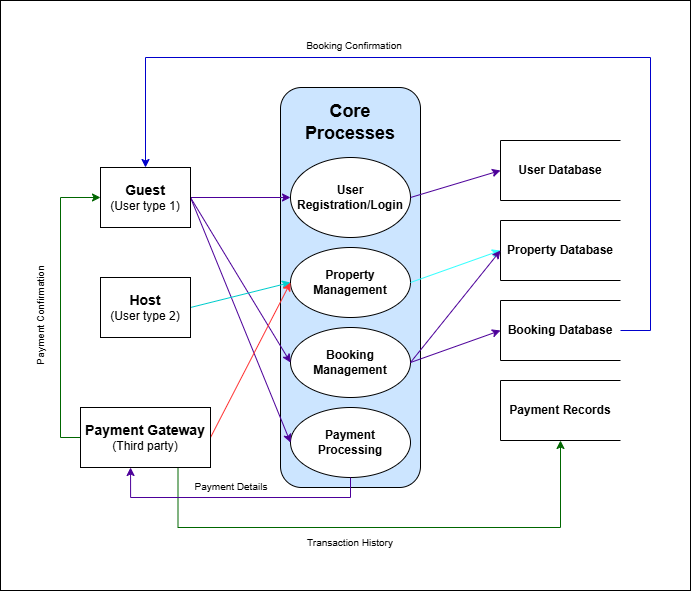
Before: data-flow-diagram/Data Flow Diagram (DFD).png, a diagram exported from draw.io (jubriltayo/alx-airbnb-project-documentation). Source tidied: cells renumbered, new cells last; positions are measured from the earlier drawing's top-left corner, leaving out a move shared by most shapes. Source of this version:
```xml
<mxGraphModel>
  <root>
    <mxCell id="0" />
    <mxCell id="1" parent="0" />
    <mxCell id="2" style="rounded=0;whiteSpace=wrap;html=1;" parent="1" vertex="1">
      <mxGeometry x="30" width="690" height="590" as="geometry" />
    </mxCell>
    <mxCell id="3" style="group;" parent="1" vertex="1">
      <mxGeometry x="310" y="87" width="140" height="400" as="geometry" />
    </mxCell>
    <mxCell id="4" style="rounded=1;whiteSpace=wrap;html=1;fillColor=#CCE5FF;" parent="3" vertex="1">
      <mxGeometry width="140" height="400" as="geometry" />
    </mxCell>
    <mxCell id="5" value="&lt;b&gt;User Registration/Login&lt;/b&gt;" style="ellipse;whiteSpace=wrap;html=1;" parent="3" vertex="1">
      <mxGeometry x="10" y="70" width="120" height="80" as="geometry" />
    </mxCell>
    <mxCell id="6" value="&lt;b&gt;Property Management&lt;/b&gt;" style="ellipse;whiteSpace=wrap;html=1;" parent="3" vertex="1">
      <mxGeometry x="10" y="160" width="120" height="70" as="geometry" />
    </mxCell>
    <mxCell id="7" value="&lt;b&gt;Booking Management&lt;/b&gt;" style="ellipse;whiteSpace=wrap;html=1;" parent="3" vertex="1">
      <mxGeometry x="10" y="240" width="120" height="70" as="geometry" />
    </mxCell>
    <mxCell id="8" value="&lt;b&gt;Payment Processing&lt;/b&gt;" style="ellipse;whiteSpace=wrap;html=1;" parent="3" vertex="1">
      <mxGeometry x="10" y="320" width="120" height="70" as="geometry" />
    </mxCell>
    <mxCell id="9" value="&lt;b&gt;&lt;font style=&quot;font-size: 18px;&quot;&gt;Core Processes&lt;/font&gt;&lt;/b&gt;" style="text;html=1;align=center;verticalAlign=middle;whiteSpace=wrap;rounded=0;" parent="3" vertex="1">
      <mxGeometry x="20" y="20" width="100" height="30" as="geometry" />
    </mxCell>
    <mxCell id="10" value="&lt;b&gt;&lt;font style=&quot;font-size: 14px;&quot;&gt;Guest&lt;/font&gt;&lt;/b&gt;&lt;div&gt;(User type 1)&lt;/div&gt;" style="rounded=0;whiteSpace=wrap;html=1;" parent="1" vertex="1">
      <mxGeometry x="130" y="167" width="90" height="60" as="geometry" />
    </mxCell>
    <mxCell id="11" style="rounded=0;jettySize=auto;html=1;exitX=1;exitY=0.5;exitDx=0;exitDy=0;strokeColor=#4C0099;" parent="1" edge="1" source="14" target="5">
      <mxGeometry relative="1" as="geometry" />
    </mxCell>
    <mxCell id="12" style="rounded=0;jettySize=auto;html=1;exitX=1;exitY=0.5;exitDx=0;exitDy=0;entryX=0;entryY=0.5;entryDx=0;entryDy=0;strokeColor=#4C0099;" parent="1" edge="1" source="14" target="7">
      <mxGeometry relative="1" as="geometry" />
    </mxCell>
    <mxCell id="13" style="rounded=0;jettySize=auto;html=1;exitX=1;exitY=0.5;exitDx=0;exitDy=0;entryX=0;entryY=0.5;entryDx=0;entryDy=0;strokeColor=#4C0099;" parent="1" edge="1" source="14" target="8">
      <mxGeometry relative="1" as="geometry" />
    </mxCell>
    <mxCell id="14" value="&lt;b&gt;&lt;font style=&quot;font-size: 14px;&quot;&gt;Guest&lt;/font&gt;&lt;/b&gt;&lt;div&gt;(User type 1)&lt;/div&gt;" style="rounded=0;whiteSpace=wrap;html=1;" parent="1" vertex="1">
      <mxGeometry x="130" y="167" width="90" height="60" as="geometry" />
    </mxCell>
    <mxCell id="15" style="rounded=0;jettySize=auto;html=1;exitX=1;exitY=0.5;exitDx=0;exitDy=0;entryX=0;entryY=0.5;entryDx=0;entryDy=0;strokeColor=#00CCCC;" parent="1" edge="1" source="16" target="6">
      <mxGeometry relative="1" as="geometry" />
    </mxCell>
    <mxCell id="16" value="&lt;b&gt;&lt;font style=&quot;font-size: 14px;&quot;&gt;Host&lt;/font&gt;&lt;/b&gt;&lt;div&gt;(User type 2)&lt;/div&gt;" style="rounded=0;whiteSpace=wrap;html=1;" parent="1" vertex="1">
      <mxGeometry x="130" y="277" width="90" height="60" as="geometry" />
    </mxCell>
    <mxCell id="17" style="rounded=0;jettySize=auto;html=1;exitX=1;exitY=0.5;exitDx=0;exitDy=0;entryX=0;entryY=0.5;entryDx=0;entryDy=0;strokeColor=#FF3333;" parent="1" edge="1" source="20" target="6">
      <mxGeometry relative="1" as="geometry" />
    </mxCell>
    <mxCell id="18" style="edgeStyle=orthogonalEdgeStyle;rounded=0;jettySize=auto;html=1;exitX=0.75;exitY=1;exitDx=0;exitDy=0;entryX=0.5;entryY=1;entryDx=0;entryDy=0;strokeColor=#006600;" parent="1" edge="1" source="20" target="32">
      <mxGeometry relative="1" as="geometry">
        <Array as="points">
          <mxPoint x="208" y="527" />
          <mxPoint x="590" y="527" />
        </Array>
      </mxGeometry>
    </mxCell>
    <mxCell id="19" style="edgeStyle=orthogonalEdgeStyle;rounded=0;jettySize=auto;html=1;exitX=0;exitY=0.5;exitDx=0;exitDy=0;entryX=0;entryY=0.5;entryDx=0;entryDy=0;strokeColor=#006600;" parent="1" edge="1" source="20" target="14">
      <mxGeometry relative="1" as="geometry" />
    </mxCell>
    <mxCell id="20" value="&lt;b&gt;&lt;font style=&quot;font-size: 14px;&quot;&gt;Payment Gateway&lt;/font&gt;&lt;/b&gt;&lt;div&gt;(Third party)&lt;/div&gt;" style="rounded=0;whiteSpace=wrap;html=1;" parent="1" vertex="1">
      <mxGeometry x="110" y="407" width="130" height="60" as="geometry" />
    </mxCell>
    <mxCell id="21" style="group;" parent="1" vertex="1">
      <mxGeometry x="530" y="220" width="120" height="60" as="geometry" />
    </mxCell>
    <mxCell id="22" style="shape=partialRectangle;whiteSpace=wrap;html=1;left=0;right=0;fillColor=none;" parent="21" vertex="1">
      <mxGeometry width="120" height="60" as="geometry" />
    </mxCell>
    <mxCell id="23" value="&lt;b&gt;Property Database&lt;/b&gt;" style="shape=partialRectangle;whiteSpace=wrap;html=1;right=0;top=0;bottom=0;fillColor=none;routingCenterX=-0.5;" parent="21" vertex="1">
      <mxGeometry width="120" height="60" as="geometry" />
    </mxCell>
    <mxCell id="24" style="group;" parent="1" vertex="1">
      <mxGeometry x="530" y="140" width="120" height="60" as="geometry" />
    </mxCell>
    <mxCell id="25" style="shape=partialRectangle;whiteSpace=wrap;html=1;left=0;right=0;fillColor=none;" parent="24" vertex="1">
      <mxGeometry width="120" height="60" as="geometry" />
    </mxCell>
    <mxCell id="26" value="&lt;b&gt;User Database&lt;/b&gt;" style="shape=partialRectangle;whiteSpace=wrap;html=1;right=0;top=0;bottom=0;fillColor=none;routingCenterX=-0.5;" parent="24" vertex="1">
      <mxGeometry width="120" height="60" as="geometry" />
    </mxCell>
    <mxCell id="27" style="group;" parent="1" vertex="1">
      <mxGeometry x="530" y="300" width="120" height="60" as="geometry" />
    </mxCell>
    <mxCell id="28" style="shape=partialRectangle;whiteSpace=wrap;html=1;left=0;right=0;fillColor=none;" parent="27" vertex="1">
      <mxGeometry width="120" height="60" as="geometry" />
    </mxCell>
    <mxCell id="29" value="&lt;b&gt;Booking Database&lt;/b&gt;" style="shape=partialRectangle;whiteSpace=wrap;html=1;right=0;top=0;bottom=0;fillColor=none;routingCenterX=-0.5;" parent="27" vertex="1">
      <mxGeometry width="120" height="60" as="geometry" />
    </mxCell>
    <mxCell id="30" style="group;" parent="1" vertex="1">
      <mxGeometry x="530" y="380" width="120" height="60" as="geometry" />
    </mxCell>
    <mxCell id="31" style="shape=partialRectangle;whiteSpace=wrap;html=1;left=0;right=0;fillColor=none;" parent="30" vertex="1">
      <mxGeometry width="120" height="60" as="geometry" />
    </mxCell>
    <mxCell id="32" value="&lt;b&gt;Payment Records&lt;/b&gt;" style="shape=partialRectangle;whiteSpace=wrap;html=1;right=0;top=0;bottom=0;fillColor=none;routingCenterX=-0.5;" parent="30" vertex="1">
      <mxGeometry width="120" height="60" as="geometry" />
    </mxCell>
    <mxCell id="33" style="rounded=0;jettySize=auto;html=1;exitX=1;exitY=0.5;exitDx=0;exitDy=0;entryX=0;entryY=0.5;entryDx=0;entryDy=0;strokeColor=#4C0099;" parent="1" edge="1" source="5" target="26">
      <mxGeometry relative="1" as="geometry" />
    </mxCell>
    <mxCell id="34" style="rounded=0;jettySize=auto;html=1;exitX=1;exitY=0.5;exitDx=0;exitDy=0;entryX=0;entryY=0.5;entryDx=0;entryDy=0;strokeColor=#33FFFF;" parent="1" edge="1" source="6" target="23">
      <mxGeometry relative="1" as="geometry" />
    </mxCell>
    <mxCell id="35" style="rounded=0;jettySize=auto;html=1;exitX=1;exitY=0.5;exitDx=0;exitDy=0;entryX=0;entryY=0.5;entryDx=0;entryDy=0;strokeColor=#4C0099;" parent="1" edge="1" source="7" target="23">
      <mxGeometry relative="1" as="geometry" />
    </mxCell>
    <mxCell id="36" style="rounded=0;jettySize=auto;html=1;exitX=1;exitY=0.5;exitDx=0;exitDy=0;entryX=0;entryY=0.5;entryDx=0;entryDy=0;strokeColor=#4C0099;" parent="1" edge="1" source="7" target="29">
      <mxGeometry relative="1" as="geometry" />
    </mxCell>
    <mxCell id="37" style="edgeStyle=orthogonalEdgeStyle;rounded=0;jettySize=auto;html=1;exitX=0.5;exitY=1;exitDx=0;exitDy=0;entryX=0.385;entryY=1;entryDx=0;entryDy=0;entryPerimeter=0;strokeColor=#4C0099;" parent="1" edge="1" source="8" target="20">
      <mxGeometry relative="1" as="geometry" />
    </mxCell>
    <mxCell id="38" style="edgeStyle=orthogonalEdgeStyle;rounded=0;jettySize=auto;html=1;exitX=1;exitY=0.5;exitDx=0;exitDy=0;entryX=0.5;entryY=0;entryDx=0;entryDy=0;strokeColor=#0000CC;" parent="1" edge="1" source="29" target="14">
      <mxGeometry relative="1" as="geometry">
        <Array as="points">
          <mxPoint x="680" y="330" />
          <mxPoint x="680" y="57" />
          <mxPoint x="175" y="57" />
        </Array>
      </mxGeometry>
    </mxCell>
    <mxCell id="39" value="&lt;font style=&quot;font-size: 10px;&quot;&gt;Booking Confirmation&lt;/font&gt;" style="text;html=1;align=center;verticalAlign=middle;whiteSpace=wrap;rounded=0;" parent="1" vertex="1">
      <mxGeometry x="314" y="30" width="140" height="30" as="geometry" />
    </mxCell>
    <mxCell id="40" value="&lt;font style=&quot;font-size: 10px;&quot;&gt;Payment Details&lt;/font&gt;" style="text;html=1;align=center;verticalAlign=middle;whiteSpace=wrap;rounded=0;" parent="1" vertex="1">
      <mxGeometry x="201" y="471" width="120" height="30" as="geometry" />
    </mxCell>
    <mxCell id="41" value="&lt;font style=&quot;font-size: 10px;&quot;&gt;Transaction History&lt;/font&gt;" style="text;html=1;align=center;verticalAlign=middle;whiteSpace=wrap;rounded=0;" parent="1" vertex="1">
      <mxGeometry x="320" y="527" width="120" height="30" as="geometry" />
    </mxCell>
    <mxCell id="42" value="&lt;font style=&quot;font-size: 10px;&quot;&gt;Payment Confirmation&lt;/font&gt;" style="text;html=1;align=center;verticalAlign=middle;whiteSpace=wrap;rounded=0;rotation=-90;" parent="1" vertex="1">
      <mxGeometry y="300" width="140" height="30" as="geometry" />
    </mxCell>
  </root>
</mxGraphModel>
```
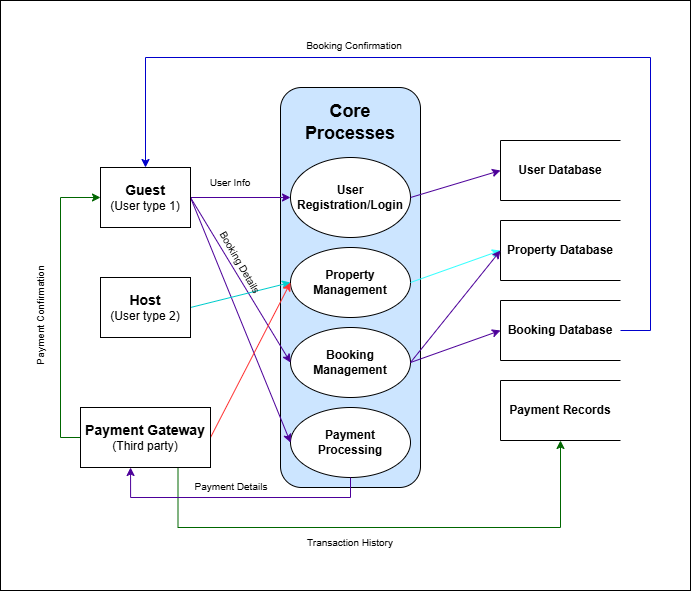
The same diagram one commit later.

Change to the diagram source:
```diff
@@ -136,5 +136,11 @@
     <mxCell id="42" value="&lt;font style=&quot;font-size: 10px;&quot;&gt;Payment Confirmation&lt;/font&gt;" style="text;html=1;align=center;verticalAlign=middle;whiteSpace=wrap;rounded=0;rotation=-90;" parent="1" vertex="1">
       <mxGeometry y="300" width="140" height="30" as="geometry" />
     </mxCell>
+    <mxCell id="43" value="&lt;font style=&quot;font-size: 10px;&quot;&gt;User Info&lt;/font&gt;" style="text;html=1;align=center;verticalAlign=middle;whiteSpace=wrap;rounded=0;" parent="1" vertex="1">
+      <mxGeometry x="200" y="167" width="120" height="30" as="geometry" />
+    </mxCell>
+    <mxCell id="44" value="&lt;font style=&quot;font-size: 10px;&quot;&gt;Booking Details&lt;/font&gt;" style="text;html=1;align=center;verticalAlign=middle;whiteSpace=wrap;rounded=0;rotation=60;" parent="1" vertex="1">
+      <mxGeometry x="210" y="247" width="120" height="30" as="geometry" />
+    </mxCell>
   </root>
 </mxGraphModel>
```
